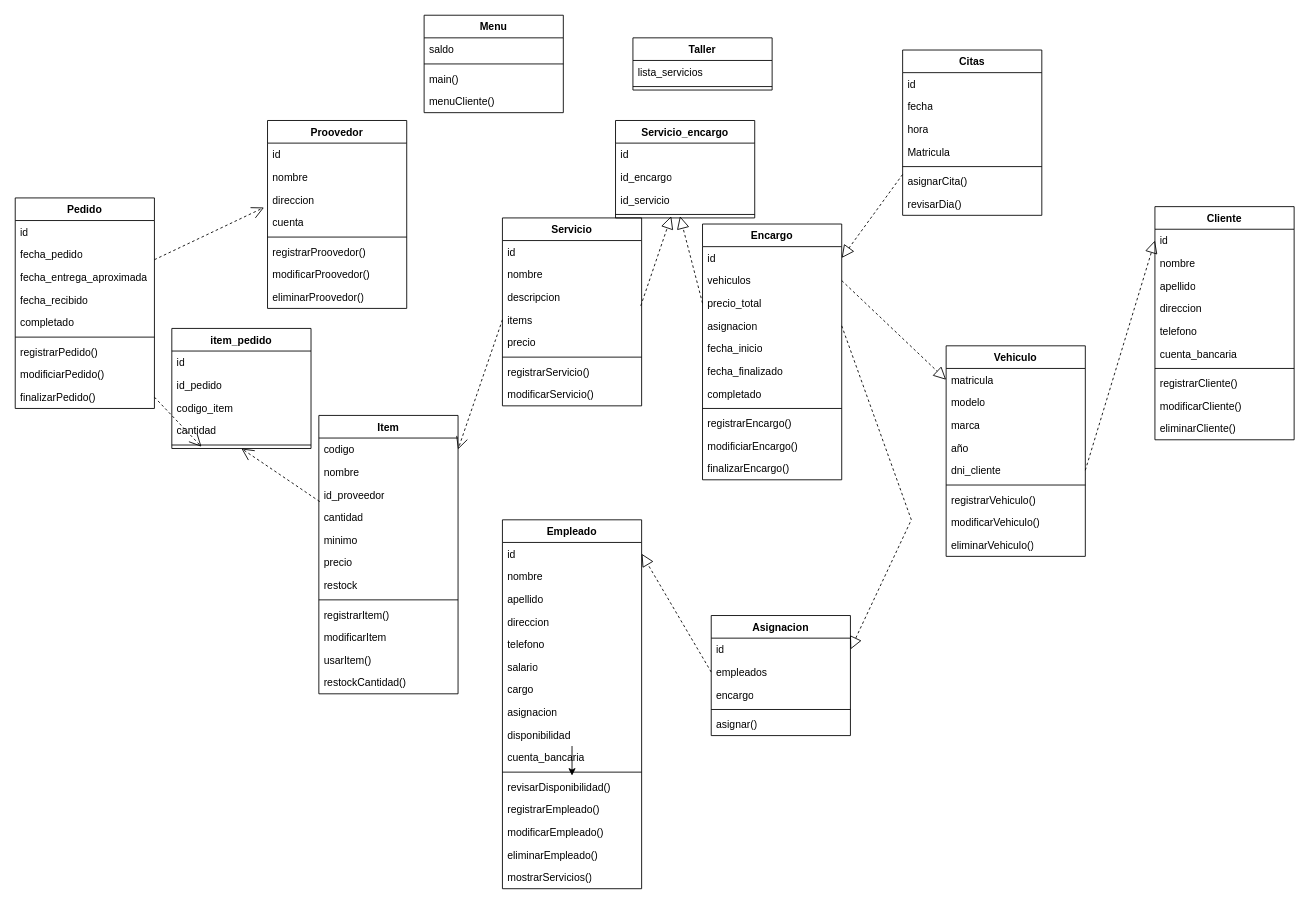
Above: DiagramaClases.drawio in fabricio-cesur/Gestor-Taller (draw.io), before the change. Source tidied: cells renumbered, new cells numbered last; positions are measured from the earlier drawing's top-left corner, leaving out a move shared by most shapes. Both pictures are drawn from the tidied source at 87%, with x=0, y=0 at pixel (15, 15).
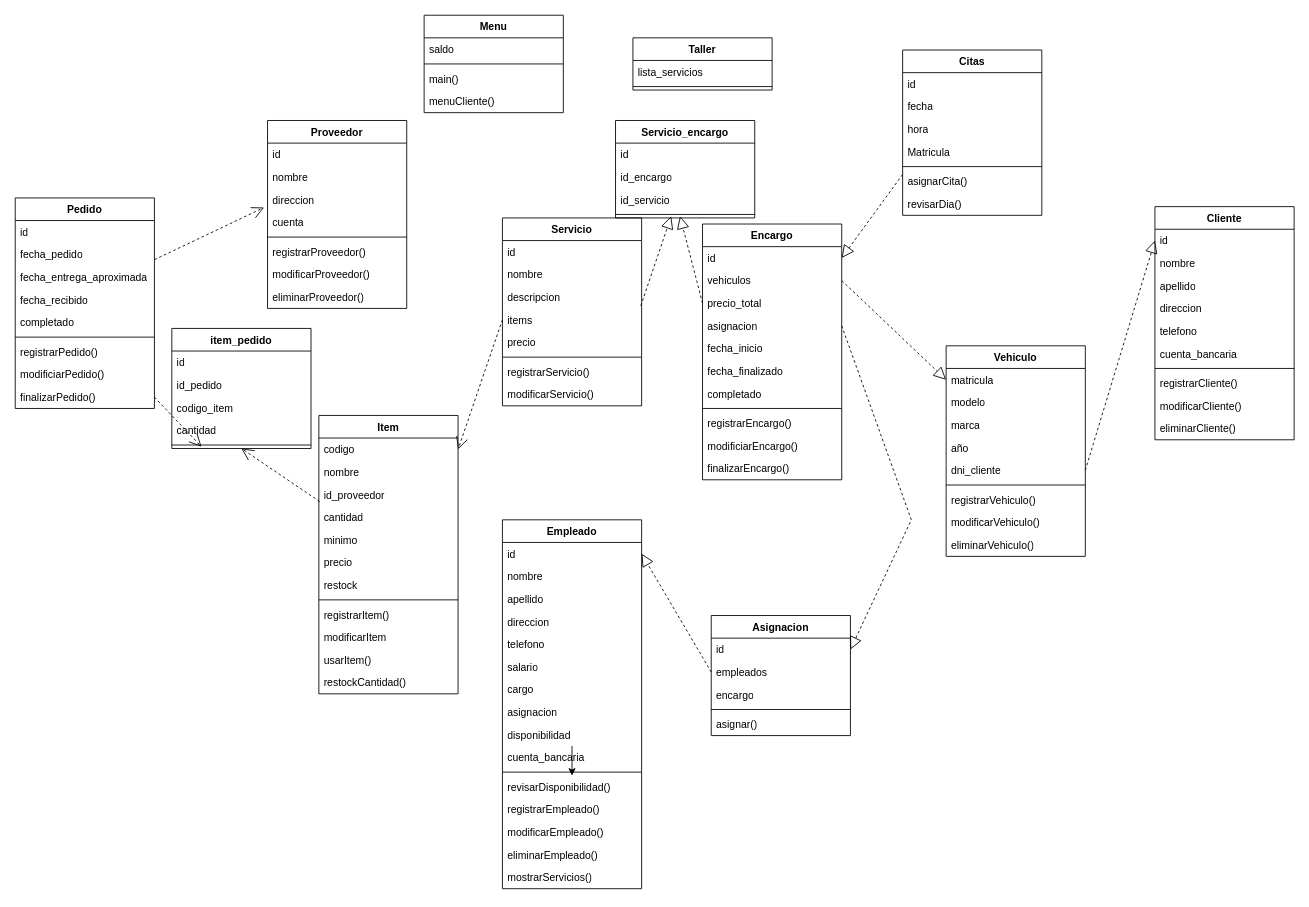
After the change.

Commit message:
Change: Proovedor a Proveedor

Diff of the diagram source:
```diff
@@
-    <mxCell id="92" value="Proovedor" style="swimlane;fontStyle=1;align=center;verticalAlign=top;horizontal=1;startSize=26;whiteSpace=wrap;html=1;" parent="1" vertex="1">
+    <mxCell id="92" value="Proveedor" style="swimlane;fontStyle=1;align=center;verticalAlign=top;horizontal=1;startSize=26;whiteSpace=wrap;html=1;" parent="1" vertex="1">
       <mxGeometry x="290" y="121" width="160" height="216" as="geometry" />
     </mxCell>
@@
-    <mxCell id="98" value="registrarProovedor()" style="text;strokeColor=none;fillColor=none;align=left;verticalAlign=top;spacingLeft=4;spacingRight=4;overflow=hidden;whiteSpace=wrap;html=1;" parent="92" vertex="1">
+    <mxCell id="98" value="registrarProveedor()" style="text;strokeColor=none;fillColor=none;align=left;verticalAlign=top;spacingLeft=4;spacingRight=4;overflow=hidden;whiteSpace=wrap;html=1;" parent="92" vertex="1">
       <mxGeometry y="138" width="160" height="26" as="geometry" />
     </mxCell>
-    <mxCell id="99" value="modificarProovedor()" style="text;strokeColor=none;fillColor=none;align=left;verticalAlign=top;spacingLeft=4;spacingRight=4;overflow=hidden;whiteSpace=wrap;html=1;" parent="92" vertex="1">
+    <mxCell id="99" value="modificarProveedor()" style="text;strokeColor=none;fillColor=none;align=left;verticalAlign=top;spacingLeft=4;spacingRight=4;overflow=hidden;whiteSpace=wrap;html=1;" parent="92" vertex="1">
       <mxGeometry y="164" width="160" height="26" as="geometry" />
     </mxCell>
-    <mxCell id="100" value="eliminarProovedor()" style="text;strokeColor=none;fillColor=none;align=left;verticalAlign=top;spacingLeft=4;spacingRight=4;overflow=hidden;whiteSpace=wrap;html=1;" parent="92" vertex="1">
+    <mxCell id="100" value="eliminarProveedor()" style="text;strokeColor=none;fillColor=none;align=left;verticalAlign=top;spacingLeft=4;spacingRight=4;overflow=hidden;whiteSpace=wrap;html=1;" parent="92" vertex="1">
       <mxGeometry y="190" width="160" height="26" as="geometry" />
     </mxCell>
```
